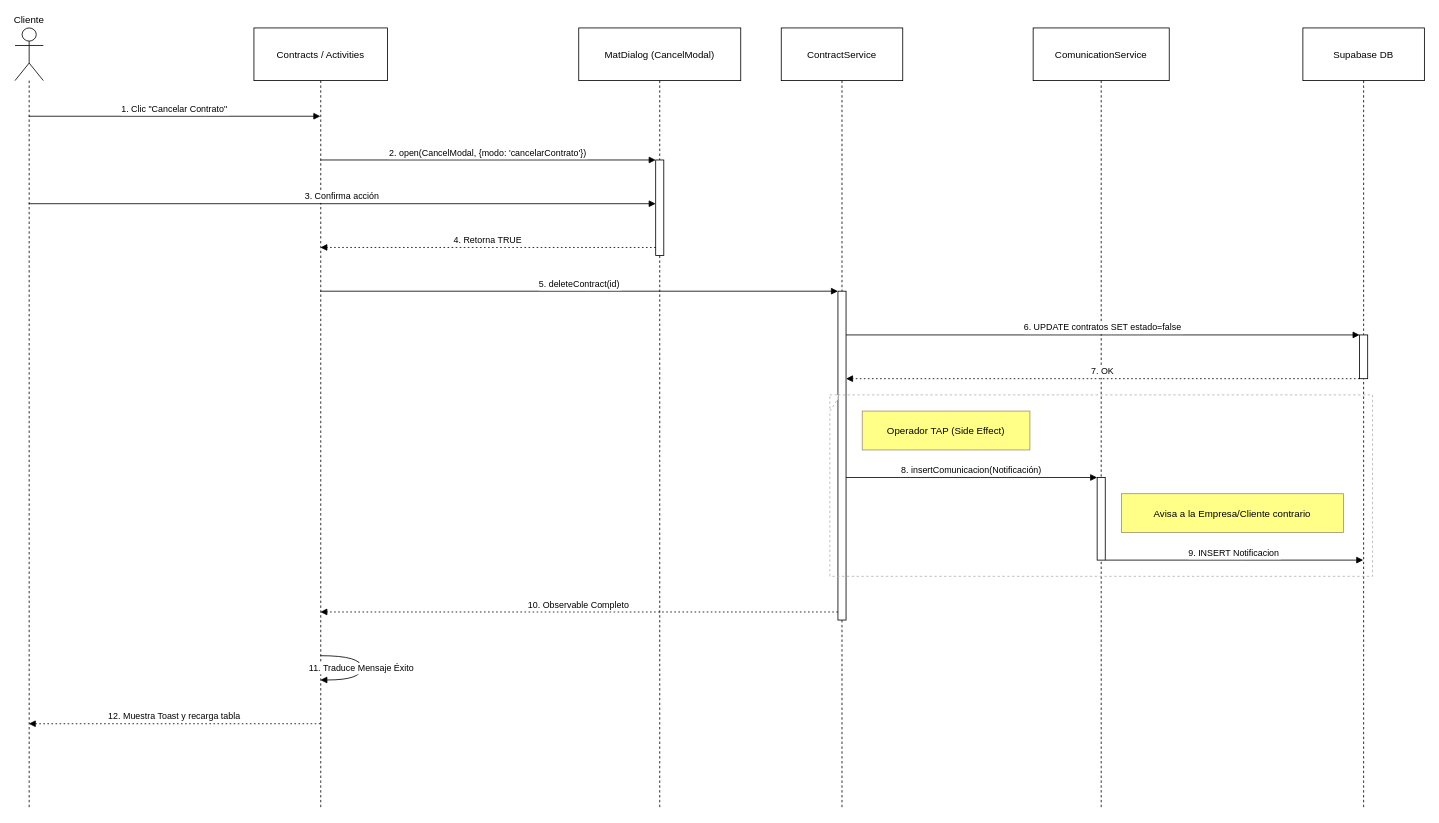
Before: docs/diagramas/secuencias/cancelar_contrato.drawio in egilp04/TFG_Cuidados, a draw.io diagram. Source tidied: cells renumbered, new cells numbered last; positions are measured from the earlier drawing's top-left corner, leaving out a move shared by most shapes. Both pictures are drawn from the tidied source at 81%, with x=0, y=0 at pixel (15, 28).
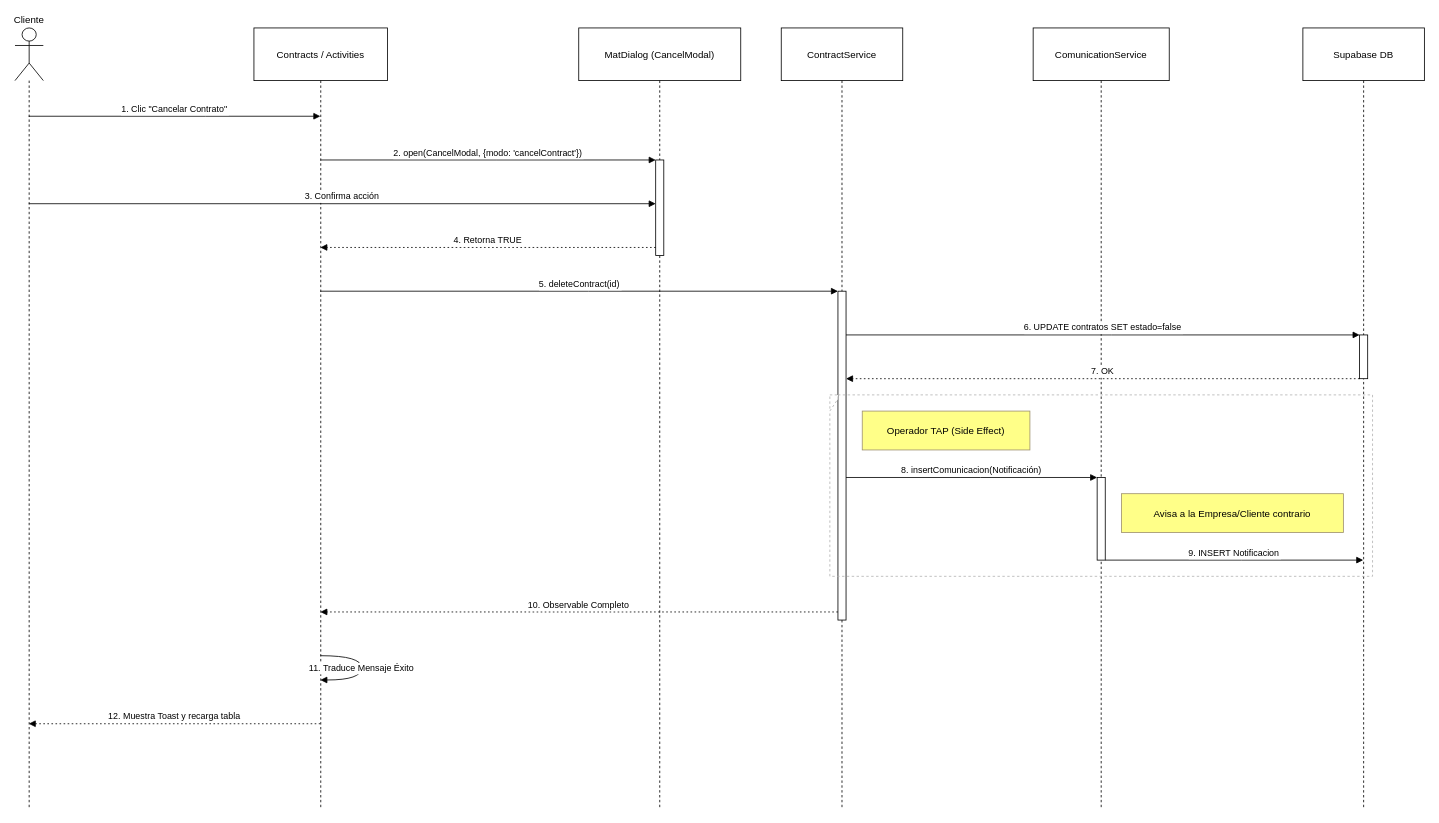
After the change.

The change refers to these unchanged cells:
```xml
<mxCell id="3" value="Contracts / Activities" style="shape=umlLifeline;perimeter=lifelinePerimeter;whiteSpace=wrap;outlineConnect=0;portConstraint=eastwest;newEdgeStyle={&quot;edgeStyle&quot;:&quot;elbowEdgeStyle&quot;,&quot;elbow&quot;:&quot;vertical&quot;,&quot;curved&quot;:0,&quot;rounded&quot;:0};size=65;" parent="1" vertex="1">
  <mxGeometry x="295" width="165" height="964" as="geometry" />
</mxCell>
<mxCell id="5" style="points=[];perimeter=orthogonalPerimeter;outlineConnect=0;targetShapes=umlLifeline;portConstraint=eastwest;newEdgeStyle={&quot;edgeStyle&quot;:&quot;elbowEdgeStyle&quot;,&quot;elbow&quot;:&quot;vertical&quot;,&quot;curved&quot;:0,&quot;rounded&quot;:0};" parent="4" vertex="1">
  <mxGeometry x="95" y="163" width="10" height="118" as="geometry" />
</mxCell>
```

Diff of the diagram source:
```diff
@@
-    <mxCell id="15" value="2. open(CancelModal, {modo: 'cancelarContrato'})" style="verticalAlign=bottom;edgeStyle=elbowEdgeStyle;elbow=vertical;curved=0;rounded=0;endArrow=block;" parent="1" edge="1" source="3" target="5">
+    <mxCell id="15" value="2. open(CancelModal, {modo: 'cancelContract'})" style="verticalAlign=bottom;edgeStyle=elbowEdgeStyle;elbow=vertical;curved=0;rounded=0;endArrow=block;" parent="1" edge="1" source="3" target="5">
       <mxGeometry relative="1" as="geometry">
         <Array as="points">
           <mxPoint x="595" y="163" />
         </Array>
       </mxGeometry>
     </mxCell>
```
